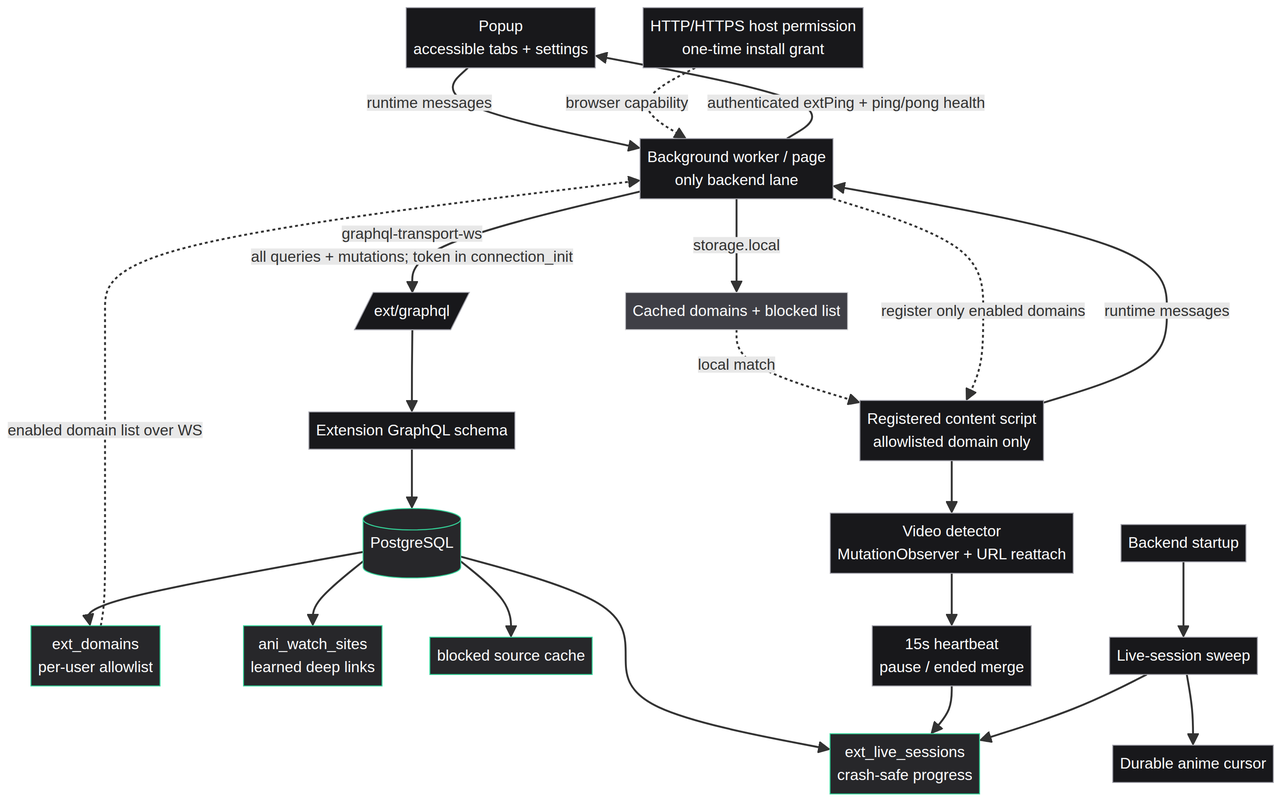
Earlier version of the Mermaid export docs/diagrams/extension-internals.png (rigen1048/DreaMedia). Its source is kept beside it as docs/diagrams/extension-internals.mmd.
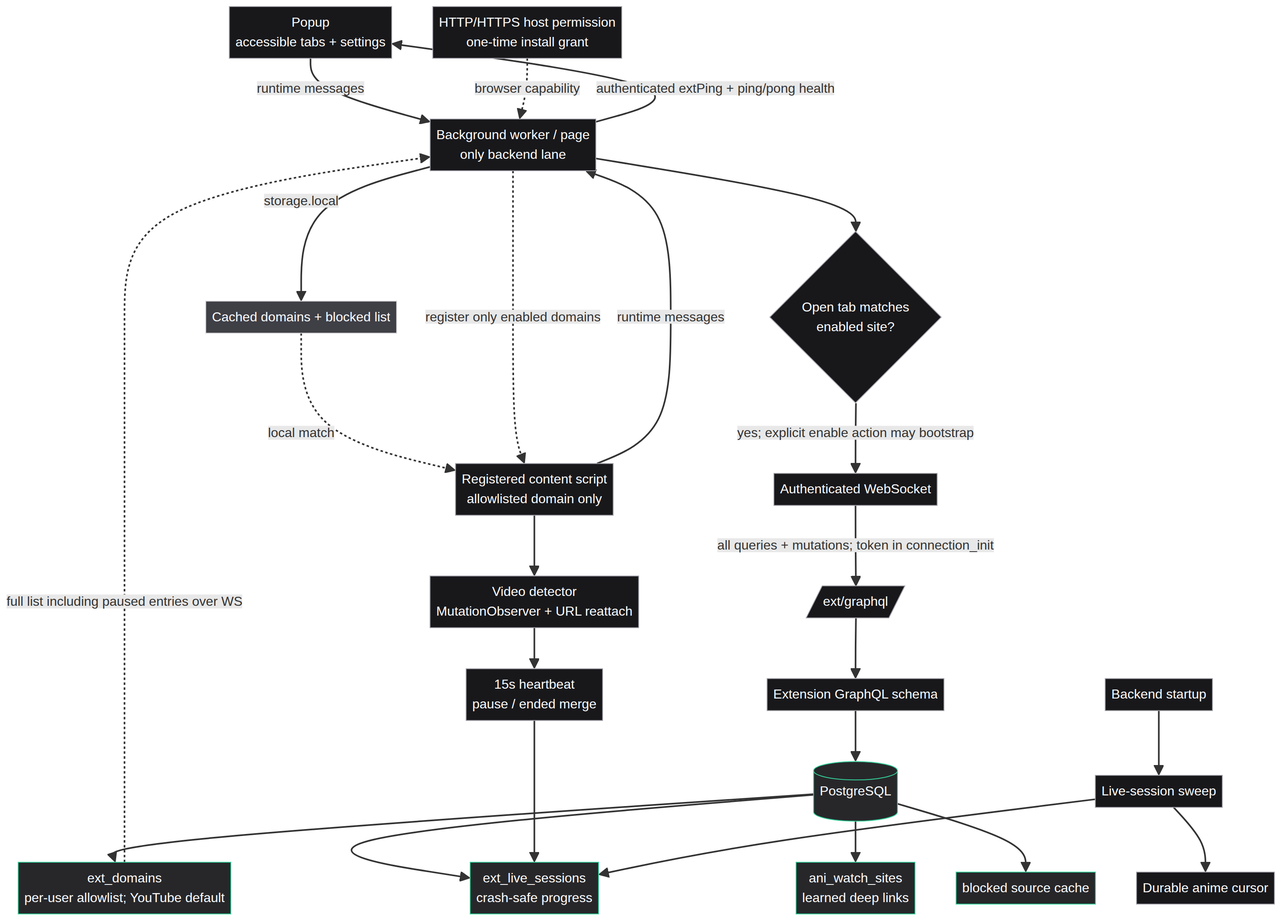
Above is the later version.

What changed in the source:
```diff
@@ -1,17 +1,19 @@
 flowchart TD
     P[Popup\naccessible tabs + settings] -->|runtime messages| BG[Background worker / page\nonly backend lane]
     C[Registered content script\nallowlisted domain only] -->|runtime messages| BG
-    BG -->|graphql-transport-ws\nall queries + mutations; token in connection_init| GQL[/ext/graphql/]
+    BG --> GATE{Open tab matches\nenabled site?}
+    GATE -->|yes; explicit enable action may bootstrap| WS[Authenticated WebSocket]
+    WS -->|all queries + mutations; token in connection_init| GQL[/ext/graphql/]
     GQL --> S[Extension GraphQL schema]
     S --> D[(PostgreSQL)]
-    D --> DOM[ext_domains\nper-user allowlist]
+    D --> DOM[ext_domains\nper-user allowlist; YouTube default]
     D --> LIVE[ext_live_sessions\ncrash-safe progress]
     D --> SITE[ani_watch_sites\nlearned deep links]
     D --> BLOCK[blocked source cache]
     BG -->|storage.local| CACHE[Cached domains + blocked list]
     CACHE -. local match .-> C
     HOST[HTTP/HTTPS host permission\none-time install grant] -. browser capability .-> BG
-    DOM -. enabled domain list over WS .-> BG
+    DOM -. full list including paused entries over WS .-> BG
     BG -. register only enabled domains .-> C
     BG -->|authenticated extPing + ping/pong health| P
     C --> V[Video detector\nMutationObserver + URL reattach]
@@ -24,6 +26,6 @@
     classDef core fill:#18181b,stroke:#a1a1aa,color:#fafafa;
     classDef data fill:#27272a,stroke:#34d399,color:#fafafa;
     classDef privacy fill:#3f3f46,stroke:#d4d4d8,color:#fafafa;
-    class P,C,BG,GQL,S,V,HB,BOOT,SWEEP,CURSOR,HOST core;
+    class P,C,BG,GATE,WS,GQL,S,V,HB,BOOT,SWEEP,CURSOR,HOST core;
     class D,DOM,LIVE,SITE,BLOCK data;
     class CACHE privacy;
```
